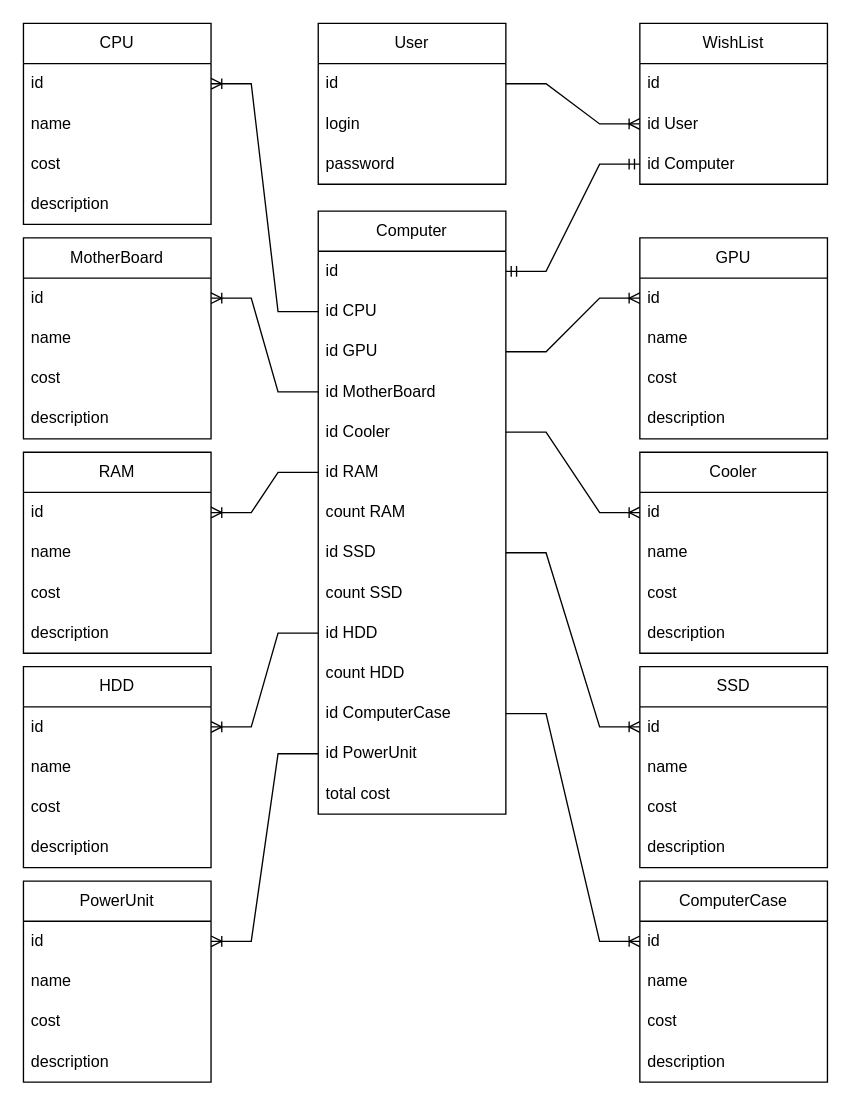
Before: схема БД для курсового проекта.drawio in JDexMoment/CompConf, a draw.io diagram. Source tidied: cells renumbered, new cells numbered last; positions are measured from the earlier drawing's top-left corner, leaving out a move shared by most shapes. Both pictures are drawn from the tidied source at 134%, with x=0, y=0 at pixel (23, 23).
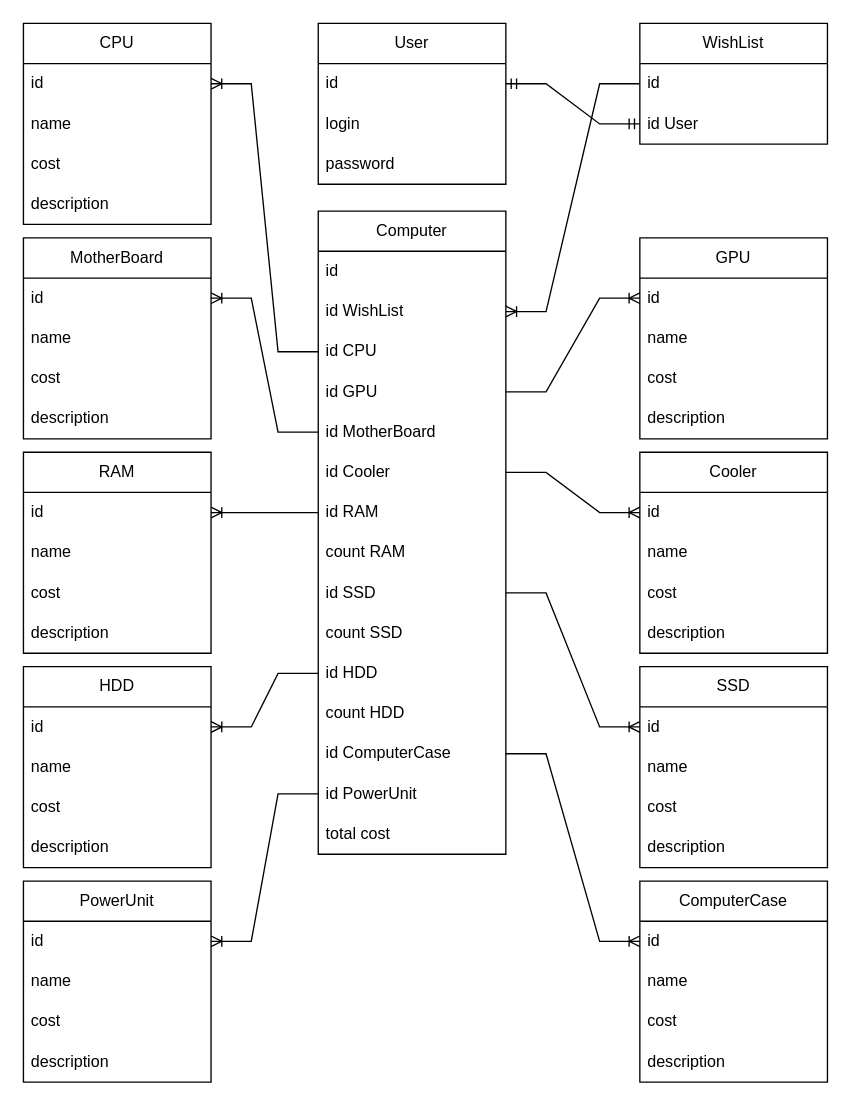
Above is the later version.

The change refers to these unchanged cells:
```xml
<mxCell id="3" value="id" style="text;strokeColor=none;fillColor=none;align=left;verticalAlign=middle;spacingLeft=4;spacingRight=4;overflow=hidden;points=[[0,0.5],[1,0.5]];portConstraint=eastwest;whiteSpace=wrap;html=1;" parent="2" vertex="1">
  <mxGeometry y="30" width="140" height="30" as="geometry" />
</mxCell>
<mxCell id="63" value="id" style="text;strokeColor=none;fillColor=none;align=left;verticalAlign=middle;spacingLeft=4;spacingRight=4;overflow=hidden;points=[[0,0.5],[1,0.5]];portConstraint=eastwest;whiteSpace=wrap;html=1;" parent="62" vertex="1">
  <mxGeometry y="30" width="140" height="30" as="geometry" />
</mxCell>
<mxCell id="67" value="id" style="text;strokeColor=none;fillColor=none;align=left;verticalAlign=middle;spacingLeft=4;spacingRight=4;overflow=hidden;points=[[0,0.5],[1,0.5]];portConstraint=eastwest;whiteSpace=wrap;html=1;" parent="66" vertex="1">
  <mxGeometry y="30" width="140" height="30" as="geometry" />
</mxCell>
<mxCell id="68" value="id User" style="text;strokeColor=none;fillColor=none;align=left;verticalAlign=middle;spacingLeft=4;spacingRight=4;overflow=hidden;points=[[0,0.5],[1,0.5]];portConstraint=eastwest;whiteSpace=wrap;html=1;" parent="66" vertex="1">
  <mxGeometry y="60" width="140" height="30" as="geometry" />
</mxCell>
```

Diff of the diagram source:
```diff
@@
     <mxCell id="2" value="Computer" style="swimlane;fontStyle=0;horizontal=1;startSize=30;whiteSpace=wrap;html=1;" parent="1" vertex="1">
-      <mxGeometry x="220" y="140" width="140" height="450" as="geometry" />
+      <mxGeometry x="220" y="140" width="140" height="480" as="geometry" />
     </mxCell>
@@
+    <mxCell id="81" value="id WishList" style="text;strokeColor=none;fillColor=none;align=left;verticalAlign=middle;spacingLeft=4;spacingRight=4;overflow=hidden;points=[[0,0.5],[1,0.5]];portConstraint=eastwest;whiteSpace=wrap;html=1;" parent="2" vertex="1">
+      <mxGeometry y="60" width="140" height="30" as="geometry" />
+    </mxCell>
     <mxCell id="4" value="id CPU" style="text;strokeColor=none;fillColor=none;align=left;verticalAlign=middle;spacingLeft=4;spacingRight=4;overflow=hidden;points=[[0,0.5],[1,0.5]];portConstraint=eastwest;whiteSpace=wrap;html=1;" parent="2" vertex="1">
-      <mxGeometry y="60" width="140" height="30" as="geometry" />
+      <mxGeometry y="90" width="140" height="30" as="geometry" />
     </mxCell>
     <mxCell id="5" value="id GPU" style="text;strokeColor=none;fillColor=none;align=left;verticalAlign=middle;spacingLeft=4;spacingRight=4;overflow=hidden;points=[[0,0.5],[1,0.5]];portConstraint=eastwest;whiteSpace=wrap;html=1;" parent="2" vertex="1">
-      <mxGeometry y="90" width="140" height="30" as="geometry" />
+      <mxGeometry y="120" width="140" height="30" as="geometry" />
     </mxCell>
     <mxCell id="6" value="id MotherBoard" style="text;strokeColor=none;fillColor=none;align=left;verticalAlign=middle;spacingLeft=4;spacingRight=4;overflow=hidden;points=[[0,0.5],[1,0.5]];portConstraint=eastwest;whiteSpace=wrap;html=1;" parent="2" vertex="1">
-      <mxGeometry y="120" width="140" height="30" as="geometry" />
+      <mxGeometry y="150" width="140" height="30" as="geometry" />
     </mxCell>
     <mxCell id="7" value="id Cooler" style="text;strokeColor=none;fillColor=none;align=left;verticalAlign=middle;spacingLeft=4;spacingRight=4;overflow=hidden;points=[[0,0.5],[1,0.5]];portConstraint=eastwest;whiteSpace=wrap;html=1;" parent="2" vertex="1">
-      <mxGeometry y="150" width="140" height="30" as="geometry" />
+      <mxGeometry y="180" width="140" height="30" as="geometry" />
     </mxCell>
     <mxCell id="8" value="id RAM" style="text;strokeColor=none;fillColor=none;align=left;verticalAlign=middle;spacingLeft=4;spacingRight=4;overflow=hidden;points=[[0,0.5],[1,0.5]];portConstraint=eastwest;whiteSpace=wrap;html=1;" parent="2" vertex="1">
-      <mxGeometry y="180" width="140" height="30" as="geometry" />
+      <mxGeometry y="210" width="140" height="30" as="geometry" />
     </mxCell>
     <mxCell id="9" value="count RAM" style="text;strokeColor=none;fillColor=none;align=left;verticalAlign=middle;spacingLeft=4;spacingRight=4;overflow=hidden;whiteSpace=wrap;html=1;" parent="2" vertex="1">
-      <mxGeometry y="210" width="140" height="30" as="geometry" />
+      <mxGeometry y="240" width="140" height="30" as="geometry" />
     </mxCell>
     <mxCell id="10" value="id SSD" style="text;strokeColor=none;fillColor=none;align=left;verticalAlign=middle;spacingLeft=4;spacingRight=4;overflow=hidden;points=[[0,0.5],[1,0.5]];portConstraint=eastwest;whiteSpace=wrap;html=1;" parent="2" vertex="1">
-      <mxGeometry y="240" width="140" height="30" as="geometry" />
+      <mxGeometry y="270" width="140" height="30" as="geometry" />
     </mxCell>
     <mxCell id="11" value="count SSD" style="text;strokeColor=none;fillColor=none;align=left;verticalAlign=middle;spacingLeft=4;spacingRight=4;overflow=hidden;whiteSpace=wrap;html=1;" parent="2" vertex="1">
-      <mxGeometry y="270" width="140" height="30" as="geometry" />
+      <mxGeometry y="300" width="140" height="30" as="geometry" />
     </mxCell>
     <mxCell id="12" value="id HDD" style="text;strokeColor=none;fillColor=none;align=left;verticalAlign=middle;spacingLeft=4;spacingRight=4;overflow=hidden;points=[[0,0.5],[1,0.5]];portConstraint=eastwest;whiteSpace=wrap;html=1;" parent="2" vertex="1">
-      <mxGeometry y="300" width="140" height="30" as="geometry" />
+      <mxGeometry y="330" width="140" height="30" as="geometry" />
     </mxCell>
     <mxCell id="13" value="count HDD" style="text;strokeColor=none;fillColor=none;align=left;verticalAlign=middle;spacingLeft=4;spacingRight=4;overflow=hidden;whiteSpace=wrap;html=1;" parent="2" vertex="1">
-      <mxGeometry y="330" width="140" height="30" as="geometry" />
+      <mxGeometry y="360" width="140" height="30" as="geometry" />
     </mxCell>
     <mxCell id="14" value="id ComputerCase" style="text;strokeColor=none;fillColor=none;align=left;verticalAlign=middle;spacingLeft=4;spacingRight=4;overflow=hidden;points=[[0,0.5],[1,0.5]];portConstraint=eastwest;whiteSpace=wrap;html=1;" parent="2" vertex="1">
-      <mxGeometry y="360" width="140" height="30" as="geometry" />
+      <mxGeometry y="390" width="140" height="30" as="geometry" />
     </mxCell>
     <mxCell id="15" value="id PowerUnit" style="text;strokeColor=none;fillColor=none;align=left;verticalAlign=middle;spacingLeft=4;spacingRight=4;overflow=hidden;points=[[0,0.5],[1,0.5]];portConstraint=eastwest;whiteSpace=wrap;html=1;" parent="2" vertex="1">
-      <mxGeometry y="390" width="140" height="30" as="geometry" />
+      <mxGeometry y="420" width="140" height="30" as="geometry" />
     </mxCell>
     <mxCell id="16" value="total cost" style="text;strokeColor=none;fillColor=none;align=left;verticalAlign=middle;spacingLeft=4;spacingRight=4;overflow=hidden;whiteSpace=wrap;html=1;" parent="2" vertex="1">
-      <mxGeometry y="420" width="140" height="30" as="geometry" />
+      <mxGeometry y="450" width="140" height="30" as="geometry" />
     </mxCell>
@@
     <mxCell id="66" value="WishList" style="swimlane;fontStyle=0;horizontal=1;startSize=30;whiteSpace=wrap;html=1;" parent="1" vertex="1">
-      <mxGeometry x="460" width="140" height="120" as="geometry" />
+      <mxGeometry x="460" width="140" height="90" as="geometry" />
     </mxCell>
@@
-    <mxCell id="69" value="id Computer" style="text;strokeColor=none;fillColor=none;align=left;verticalAlign=middle;spacingLeft=4;spacingRight=4;overflow=hidden;points=[[0,0.5],[1,0.5]];portConstraint=eastwest;whiteSpace=wrap;html=1;" parent="66" vertex="1">
-      <mxGeometry y="90" width="140" height="30" as="geometry" />
-    </mxCell>
@@
-    <mxCell id="79" style="edgeStyle=entityRelationEdgeStyle;fontSize=12;html=1;endArrow=ERmandOne;startArrow=ERmandOne;rounded=0;exitX=1;exitY=0.5;exitDx=0;exitDy=0;entryX=0;entryY=0.5;entryDx=0;entryDy=0;" parent="1" edge="1" source="3" target="69">
-      <mxGeometry relative="1" as="geometry" />
-    </mxCell>
+    <mxCell id="82" style="edgeStyle=entityRelationEdgeStyle;fontSize=12;html=1;endArrow=ERoneToMany;rounded=0;exitX=0;exitY=0.5;exitDx=0;exitDy=0;entryX=1;entryY=0.5;entryDx=0;entryDy=0;" parent="1" edge="1" source="67" target="81">
+      <mxGeometry relative="1" as="geometry" />
+    </mxCell>
-    <mxCell id="80" style="edgeStyle=entityRelationEdgeStyle;fontSize=12;html=1;endArrow=ERoneToMany;rounded=0;exitX=1;exitY=0.5;exitDx=0;exitDy=0;entryX=0;entryY=0.5;entryDx=0;entryDy=0;" parent="1" edge="1" source="63" target="68">
+    <mxCell id="80" style="edgeStyle=entityRelationEdgeStyle;fontSize=12;html=1;endArrow=ERmandOne;startArrow=ERmandOne;rounded=0;exitX=1;exitY=0.5;exitDx=0;exitDy=0;entryX=0;entryY=0.5;entryDx=0;entryDy=0;" parent="1" edge="1" source="63" target="68">
       <mxGeometry relative="1" as="geometry" />
     </mxCell>
```
